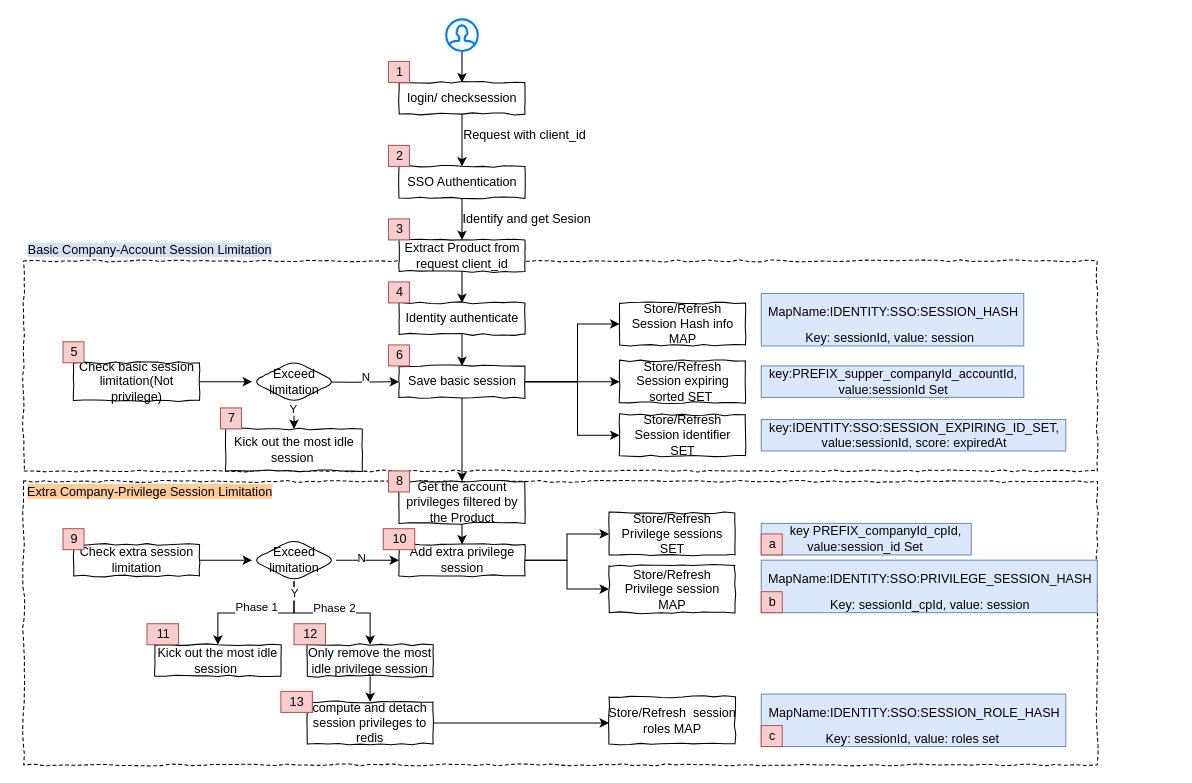
Before: Concurrency Feature Design.drawio in yindongjun/gangzhang.github.io, a draw.io diagram. Source tidied: cells renumbered, new cells numbered last; positions are measured from the earlier drawing's top-left corner, leaving out a move shared by most shapes. Both pictures are drawn from the tidied source at 105%, with x=0, y=0 at pixel (18, 19).
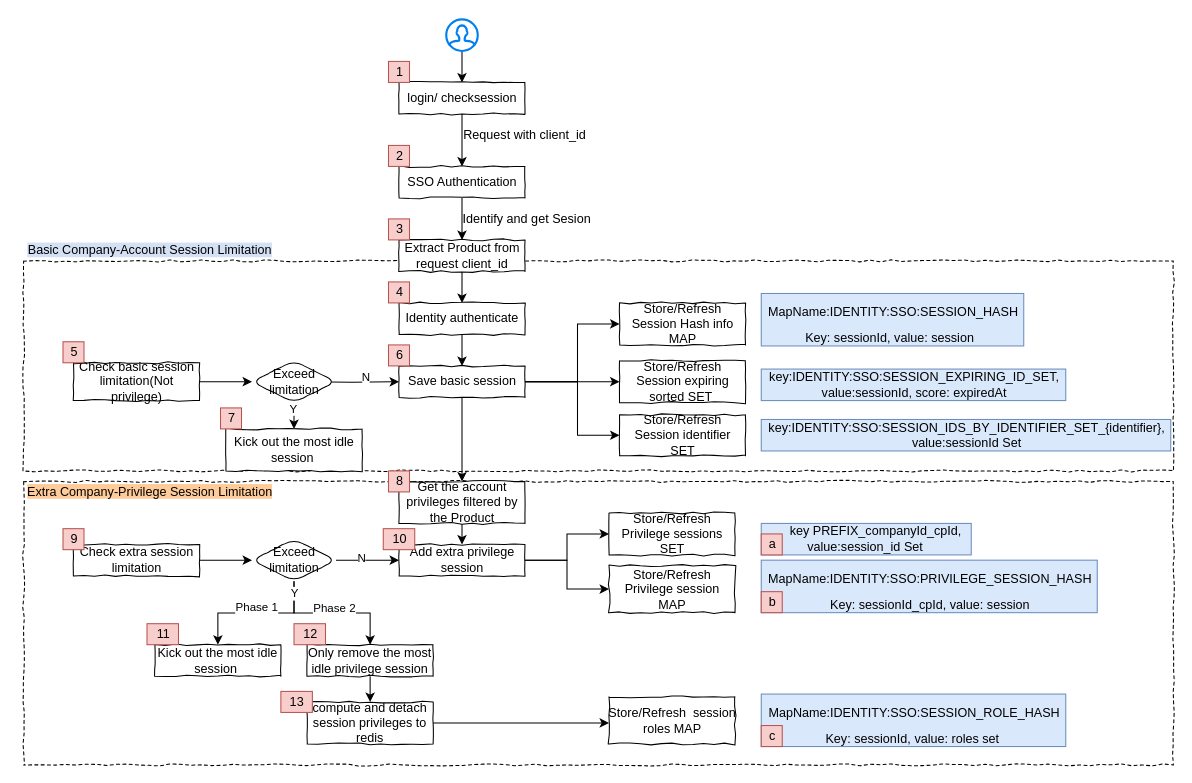
The same diagram, later.

The edit, as a diff of the source:
```diff
@@
     <mxCell id="2" style="rounded=1;whiteSpace=wrap;html=1;shadow=0;comic=1;gradientColor=#ffffff;arcSize=0;dashed=1;" parent="1" vertex="1">
-      <mxGeometry x="5" y="440" width="1022.5" height="270" as="geometry" />
+      <mxGeometry x="5" y="440" width="1095" height="270" as="geometry" />
     </mxCell>
     <mxCell id="3" style="rounded=1;whiteSpace=wrap;html=1;shadow=0;comic=1;gradientColor=#ffffff;arcSize=0;dashed=1;" parent="1" vertex="1">
-      <mxGeometry x="5" y="230" width="1022.5" height="200" as="geometry" />
+      <mxGeometry x="5" y="230" width="1095" height="200" as="geometry" />
     </mxCell>
@@
     <mxCell id="27" value="key:IDENTITY:SSO:SESSION_EXPIRING_ID_SET,&lt;br&gt;value:sessionId, score: expiredAt" style="text;html=1;align=center;verticalAlign=middle;fillColor=#dae8fc;strokeColor=#6c8ebf;" parent="1" vertex="1">
-      <mxGeometry x="707.5" y="381" width="290" height="30" as="geometry" />
+      <mxGeometry x="707.5" y="333" width="290" height="30" as="geometry" />
     </mxCell>
-    <mxCell id="28" value="key:PREFIX_supper_companyId_accountId,&lt;br&gt;value:sessionId Set" style="text;html=1;align=center;verticalAlign=middle;fillColor=#dae8fc;strokeColor=#6c8ebf;" parent="1" vertex="1">
-      <mxGeometry x="707.5" y="330" width="250" height="30" as="geometry" />
+    <mxCell id="28" value="key:IDENTITY:SSO:SESSION_IDS_BY_IDENTIFIER_SET_{identifier},&lt;br&gt;value:sessionId Set" style="text;html=1;align=center;verticalAlign=middle;fillColor=#dae8fc;strokeColor=#6c8ebf;" parent="1" vertex="1">
+      <mxGeometry x="707.5" y="381" width="390" height="30" as="geometry" />
     </mxCell>
```
